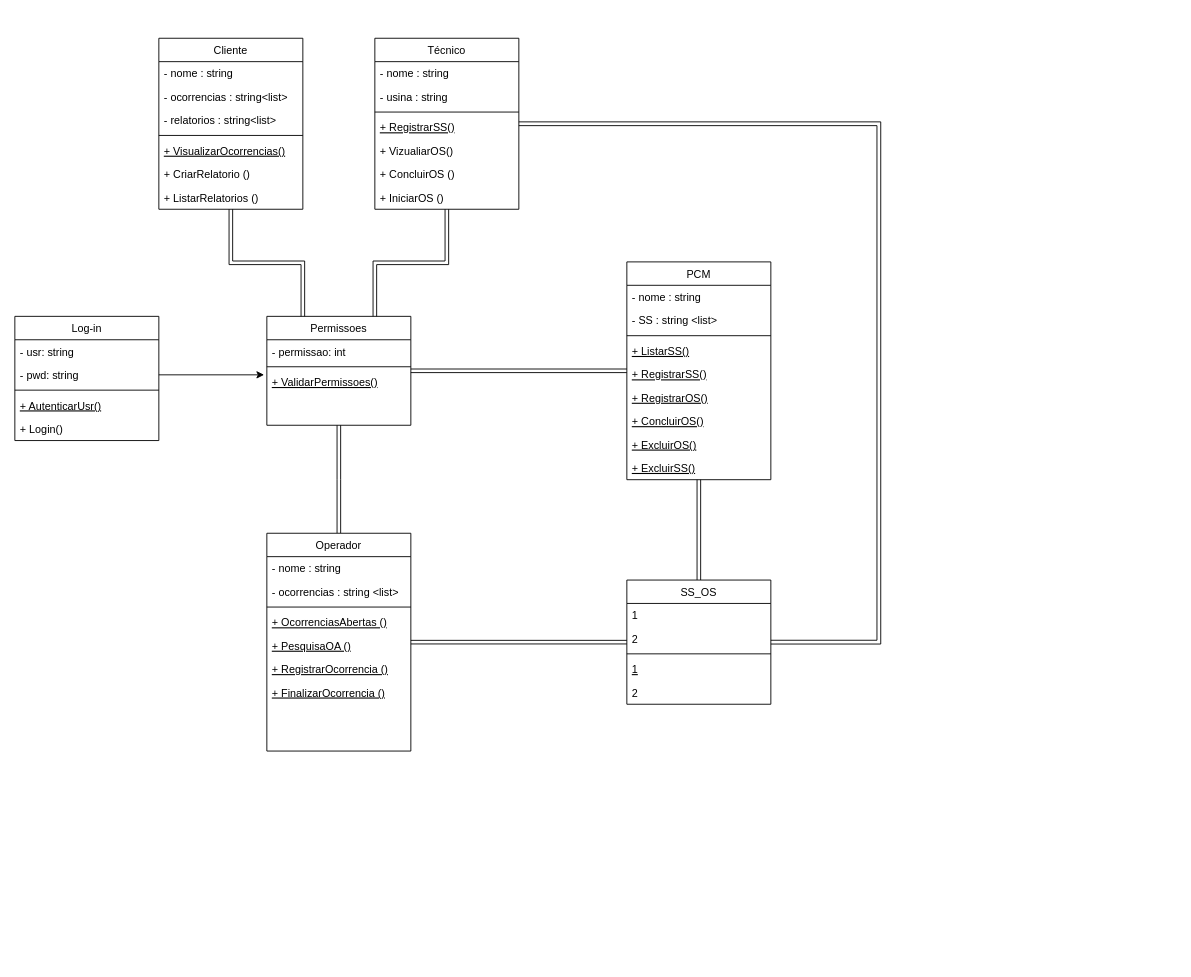
Before: page "DiagramaDeClasse" (1 of 2) of DiagramaDeClasse.drawio in Rantary821/RAD-Project, a draw.io diagram. Source tidied: cells renumbered, new cells numbered last; positions are measured from the earlier drawing's top-left corner, leaving out a move shared by most shapes. Both pictures are drawn from the tidied source at 90%, with x=0, y=0 at pixel (14, 38).
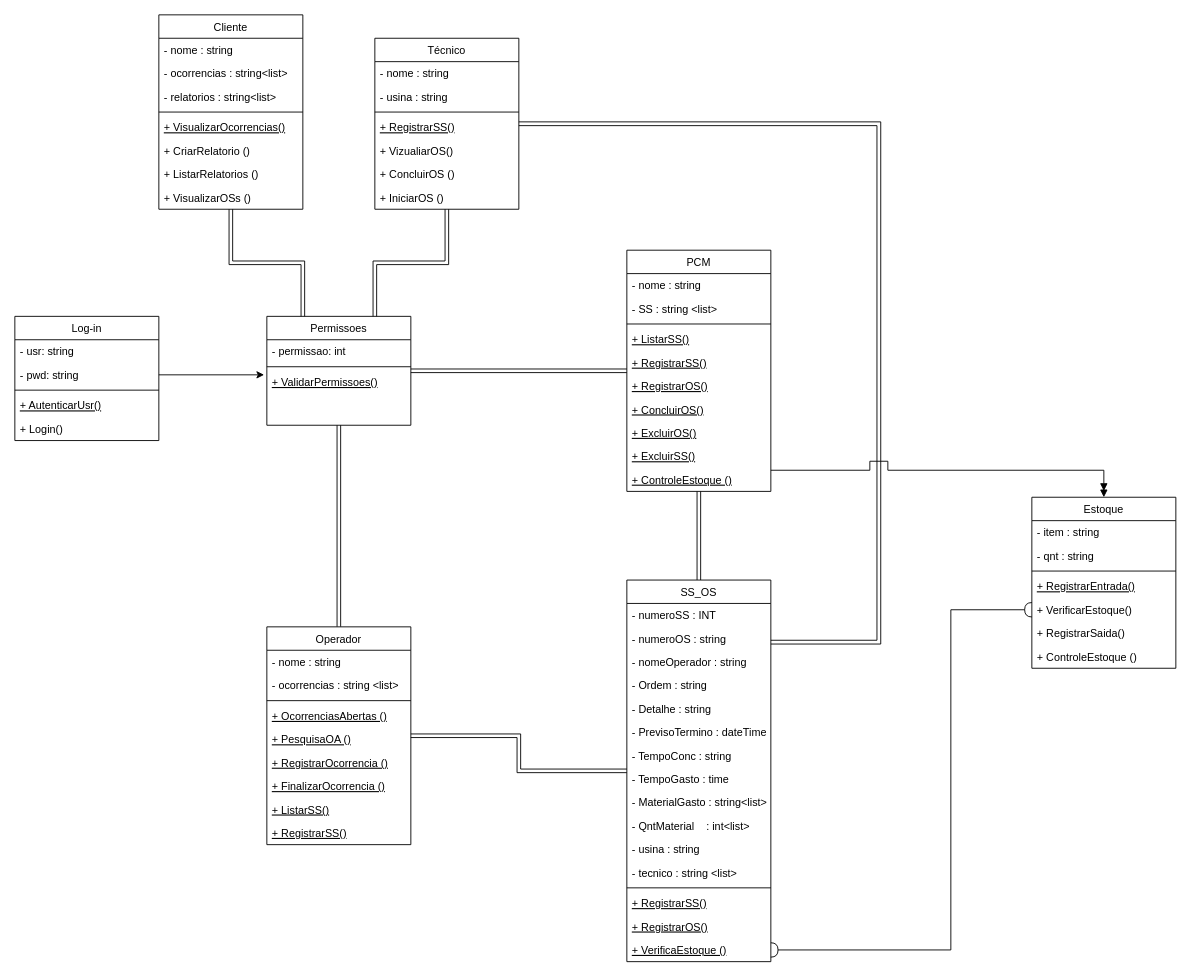
The same diagram, later.

Unchanged cells that the change refers to:
```xml
<mxCell id="10" value="Permissoes" style="swimlane;fontStyle=0;align=center;verticalAlign=top;horizontal=1;startSize=26;rounded=0;shadow=0;strokeWidth=1;" parent="1" vertex="1">
  <mxGeometry x="280" y="309" width="160" height="121" as="geometry" />
</mxCell>
```

Diff of the diagram source:
```diff
@@
-    <mxCell id="8" style="edgeStyle=orthogonalEdgeStyle;rounded=0;jettySize=auto;html=1;entryX=0.5;entryY=0;entryDx=0;entryDy=0;fontFamily=Helvetica;fontSize=12;fontColor=default;shape=link;" parent="1" edge="1" source="10">
-      <mxGeometry relative="1" as="geometry">
-        <mxPoint x="360" y="550" as="targetPoint" />
-      </mxGeometry>
+    <mxCell id="8" style="edgeStyle=orthogonalEdgeStyle;rounded=0;jettySize=auto;html=1;entryX=0.5;entryY=0;entryDx=0;entryDy=0;fontFamily=Helvetica;fontSize=12;fontColor=default;shape=link;" parent="1" edge="1" source="10" target="46">
+      <mxGeometry relative="1" as="geometry" />
     </mxCell>
@@
     <mxCell id="26" value="PCM" style="swimlane;fontStyle=0;align=center;verticalAlign=top;horizontal=1;startSize=26;rounded=0;shadow=0;strokeWidth=1;" parent="1" vertex="1">
-      <mxGeometry x="680" y="248.5" width="160" height="242" as="geometry" />
+      <mxGeometry x="680" y="235.5" width="160" height="268" as="geometry" />
     </mxCell>
@@
+    <mxCell id="62" value="+ ControleEstoque ()" style="text;align=left;verticalAlign=top;spacingLeft=4;spacingRight=4;overflow=hidden;points=[[0,0.5],[1,0.5]];portConstraint=eastwest;fontStyle=4;" parent="26" vertex="1">
+      <mxGeometry y="242" width="160" height="26" as="geometry" />
+    </mxCell>
@@
     <mxCell id="37" value="Cliente" style="swimlane;fontStyle=0;align=center;verticalAlign=top;horizontal=1;startSize=26;rounded=0;shadow=0;strokeWidth=1;" parent="1" vertex="1">
-      <mxGeometry x="160" width="160" height="190" as="geometry" />
+      <mxGeometry x="160" y="-26" width="160" height="216" as="geometry" />
     </mxCell>
@@
+    <mxCell id="63" value="+ VisualizarOSs ()" style="text;align=left;verticalAlign=top;spacingLeft=4;spacingRight=4;overflow=hidden;" parent="37" vertex="1">
+      <mxGeometry y="190" width="160" height="26" as="geometry" />
+    </mxCell>
@@
     <mxCell id="46" value="Operador" style="swimlane;fontStyle=0;align=center;verticalAlign=top;horizontal=1;startSize=26;rounded=0;shadow=0;strokeWidth=1;" parent="1" vertex="1">
-      <mxGeometry x="280" y="550" width="160" height="242" as="geometry" />
+      <mxGeometry x="280" y="654" width="160" height="242" as="geometry" />
     </mxCell>
@@
-    <mxCell id="54" style="text;align=left;verticalAlign=top;spacingLeft=4;spacingRight=4;overflow=hidden;fontStyle=4;" parent="46" vertex="1">
+    <mxCell id="54" value="+ ListarSS()" style="text;align=left;verticalAlign=top;spacingLeft=4;spacingRight=4;overflow=hidden;fontStyle=4;" parent="46" vertex="1">
       <mxGeometry y="190" width="160" height="26" as="geometry" />
     </mxCell>
-    <mxCell id="55" style="text;align=left;verticalAlign=top;spacingLeft=4;spacingRight=4;overflow=hidden;fontStyle=4;" parent="46" vertex="1">
+    <mxCell id="55" value="+ RegistrarSS()" style="text;align=left;verticalAlign=top;spacingLeft=4;spacingRight=4;overflow=hidden;fontStyle=4;" parent="46" vertex="1">
       <mxGeometry y="216" width="160" height="26" as="geometry" />
     </mxCell>
     <mxCell id="56" value="SS_OS" style="swimlane;fontStyle=0;align=center;verticalAlign=top;horizontal=1;startSize=26;rounded=0;shadow=0;strokeWidth=1;" parent="1" vertex="1">
-      <mxGeometry x="680" y="602" width="160" height="138" as="geometry" />
+      <mxGeometry x="680" y="602" width="160" height="424" as="geometry" />
     </mxCell>
-    <mxCell id="57" value="1" style="text;align=left;verticalAlign=top;spacingLeft=4;spacingRight=4;overflow=hidden;" parent="56" vertex="1">
+    <mxCell id="57" value="- numeroSS : INT" style="text;align=left;verticalAlign=top;spacingLeft=4;spacingRight=4;overflow=hidden;" parent="56" vertex="1">
       <mxGeometry y="26" width="160" height="26" as="geometry" />
     </mxCell>
-    <mxCell id="58" value="2" style="text;align=left;verticalAlign=top;spacingLeft=4;spacingRight=4;overflow=hidden;" parent="56" vertex="1">
+    <mxCell id="58" value="- numeroOS : string" style="text;align=left;verticalAlign=top;spacingLeft=4;spacingRight=4;overflow=hidden;" parent="56" vertex="1">
       <mxGeometry y="52" width="160" height="26" as="geometry" />
     </mxCell>
+    <mxCell id="64" value="- nomeOperador : string" style="text;align=left;verticalAlign=top;spacingLeft=4;spacingRight=4;overflow=hidden;" parent="56" vertex="1">
+      <mxGeometry y="78" width="160" height="26" as="geometry" />
+    </mxCell>
+    <mxCell id="65" value="- Ordem : string" style="text;align=left;verticalAlign=top;spacingLeft=4;spacingRight=4;overflow=hidden;" parent="56" vertex="1">
+      <mxGeometry y="104" width="160" height="26" as="geometry" />
+    </mxCell>
+    <mxCell id="66" value="- Detalhe : string" style="text;align=left;verticalAlign=top;spacingLeft=4;spacingRight=4;overflow=hidden;" parent="56" vertex="1">
+      <mxGeometry y="130" width="160" height="26" as="geometry" />
+    </mxCell>
+    <mxCell id="67" value="- PrevisoTermino : dateTime" style="text;align=left;verticalAlign=top;spacingLeft=4;spacingRight=4;overflow=hidden;" parent="56" vertex="1">
+      <mxGeometry y="156" width="160" height="26" as="geometry" />
+    </mxCell>
+    <mxCell id="68" value="- TempoConc : string" style="text;align=left;verticalAlign=top;spacingLeft=4;spacingRight=4;overflow=hidden;" parent="56" vertex="1">
+      <mxGeometry y="182" width="160" height="26" as="geometry" />
+    </mxCell>
+    <mxCell id="69" value="- TempoGasto : time" style="text;align=left;verticalAlign=top;spacingLeft=4;spacingRight=4;overflow=hidden;" parent="56" vertex="1">
+      <mxGeometry y="208" width="160" height="26" as="geometry" />
+    </mxCell>
+    <mxCell id="70" value="- MaterialGasto : string&lt;list&gt;" style="text;align=left;verticalAlign=top;spacingLeft=4;spacingRight=4;overflow=hidden;" parent="56" vertex="1">
+      <mxGeometry y="234" width="160" height="26" as="geometry" />
+    </mxCell>
+    <mxCell id="71" value="- QntMaterial    : int&lt;list&gt;" style="text;align=left;verticalAlign=top;spacingLeft=4;spacingRight=4;overflow=hidden;" parent="56" vertex="1">
+      <mxGeometry y="260" width="160" height="26" as="geometry" />
+    </mxCell>
+    <mxCell id="72" value="- usina : string" style="text;align=left;verticalAlign=top;spacingLeft=4;spacingRight=4;overflow=hidden;" parent="56" vertex="1">
+      <mxGeometry y="286" width="160" height="26" as="geometry" />
+    </mxCell>
+    <mxCell id="73" value="- tecnico : string &lt;list&gt;" style="text;align=left;verticalAlign=top;spacingLeft=4;spacingRight=4;overflow=hidden;" parent="56" vertex="1">
+      <mxGeometry y="312" width="160" height="26" as="geometry" />
+    </mxCell>
     <mxCell id="59" style="line;html=1;strokeWidth=1;align=left;verticalAlign=middle;spacingTop=-1;spacingLeft=3;spacingRight=3;labelPosition=right;" parent="56" vertex="1">
-      <mxGeometry y="78" width="160" height="8" as="geometry" />
+      <mxGeometry y="338" width="160" height="8" as="geometry" />
     </mxCell>
-    <mxCell id="60" value="1" style="text;align=left;verticalAlign=top;spacingLeft=4;spacingRight=4;overflow=hidden;fontStyle=4;" parent="56" vertex="1">
-      <mxGeometry y="86" width="160" height="26" as="geometry" />
+    <mxCell id="60" value="+ RegistrarSS()" style="text;align=left;verticalAlign=top;spacingLeft=4;spacingRight=4;overflow=hidden;fontStyle=4;" parent="56" vertex="1">
+      <mxGeometry y="346" width="160" height="26" as="geometry" />
     </mxCell>
-    <mxCell id="61" value="2" style="text;align=left;verticalAlign=top;spacingLeft=4;spacingRight=4;overflow=hidden;" parent="56" vertex="1">
-      <mxGeometry y="112" width="160" height="26" as="geometry" />
-    </mxCell>
+    <mxCell id="74" value="+ RegistrarOS()" style="text;align=left;verticalAlign=top;spacingLeft=4;spacingRight=4;overflow=hidden;fontStyle=4;" parent="56" vertex="1">
+      <mxGeometry y="372" width="160" height="26" as="geometry" />
+    </mxCell>
+    <mxCell id="75" value="+ VerificaEstoque ()" style="text;align=left;verticalAlign=top;spacingLeft=4;spacingRight=4;overflow=hidden;points=[[0,0.5],[1,0.5]];portConstraint=eastwest;fontStyle=4;" parent="56" vertex="1">
+      <mxGeometry y="398" width="160" height="26" as="geometry" />
+    </mxCell>
+    <mxCell id="76" value="Estoque" style="swimlane;fontStyle=0;align=center;verticalAlign=top;horizontal=1;startSize=26;rounded=0;shadow=0;strokeWidth=1;" parent="1" vertex="1">
+      <mxGeometry x="1130" y="510" width="160" height="190" as="geometry" />
+    </mxCell>
+    <mxCell id="77" value="- item : string " style="text;align=left;verticalAlign=top;spacingLeft=4;spacingRight=4;overflow=hidden;" parent="76" vertex="1">
+      <mxGeometry y="26" width="160" height="26" as="geometry" />
+    </mxCell>
+    <mxCell id="78" value="- qnt : string" style="text;align=left;verticalAlign=top;spacingLeft=4;spacingRight=4;overflow=hidden;" parent="76" vertex="1">
+      <mxGeometry y="52" width="160" height="26" as="geometry" />
+    </mxCell>
+    <mxCell id="79" style="line;html=1;strokeWidth=1;align=left;verticalAlign=middle;spacingTop=-1;spacingLeft=3;spacingRight=3;labelPosition=right;" parent="76" vertex="1">
+      <mxGeometry y="78" width="160" height="8" as="geometry" />
+    </mxCell>
+    <mxCell id="80" value="+ RegistrarEntrada()" style="text;align=left;verticalAlign=top;spacingLeft=4;spacingRight=4;overflow=hidden;fontStyle=4;" parent="76" vertex="1">
+      <mxGeometry y="86" width="160" height="26" as="geometry" />
+    </mxCell>
+    <mxCell id="81" value="+ VerificarEstoque()" style="text;align=left;verticalAlign=top;spacingLeft=4;spacingRight=4;overflow=hidden;points=[[0,0.5],[1,0.5]];portConstraint=eastwest;" parent="76" vertex="1">
+      <mxGeometry y="112" width="160" height="26" as="geometry" />
+    </mxCell>
+    <mxCell id="82" value="+ RegistrarSaida()" style="text;align=left;verticalAlign=top;spacingLeft=4;spacingRight=4;overflow=hidden;" parent="76" vertex="1">
+      <mxGeometry y="138" width="160" height="26" as="geometry" />
+    </mxCell>
+    <mxCell id="83" value="+ ControleEstoque ()" style="text;align=left;verticalAlign=top;spacingLeft=4;spacingRight=4;overflow=hidden;" parent="76" vertex="1">
+      <mxGeometry y="164" width="160" height="26" as="geometry" />
+    </mxCell>
+    <mxCell id="84" style="edgeStyle=orthogonalEdgeStyle;rounded=0;jettySize=auto;html=1;entryX=0.5;entryY=0;entryDx=0;entryDy=0;shadow=0;strokeWidth=1;endArrow=doubleBlock;endFill=1;" parent="1" edge="1" source="62" target="76">
+      <mxGeometry relative="1" as="geometry">
+        <Array as="points">
+          <mxPoint x="950" y="480" />
+          <mxPoint x="950" y="470" />
+          <mxPoint x="970" y="470" />
+          <mxPoint x="970" y="480" />
+          <mxPoint x="1210" y="480" />
+        </Array>
+      </mxGeometry>
+    </mxCell>
+    <mxCell id="85" style="edgeStyle=orthogonalEdgeStyle;rounded=0;jettySize=auto;html=1;entryX=0;entryY=0.5;entryDx=0;entryDy=0;endArrow=halfCircle;endFill=0;startArrow=halfCircle;startFill=0;" parent="1" edge="1" source="75" target="81">
+      <mxGeometry relative="1" as="geometry">
+        <Array as="points">
+          <mxPoint x="1040" y="1013" />
+          <mxPoint x="1040" y="635" />
+        </Array>
+      </mxGeometry>
+    </mxCell>
```
